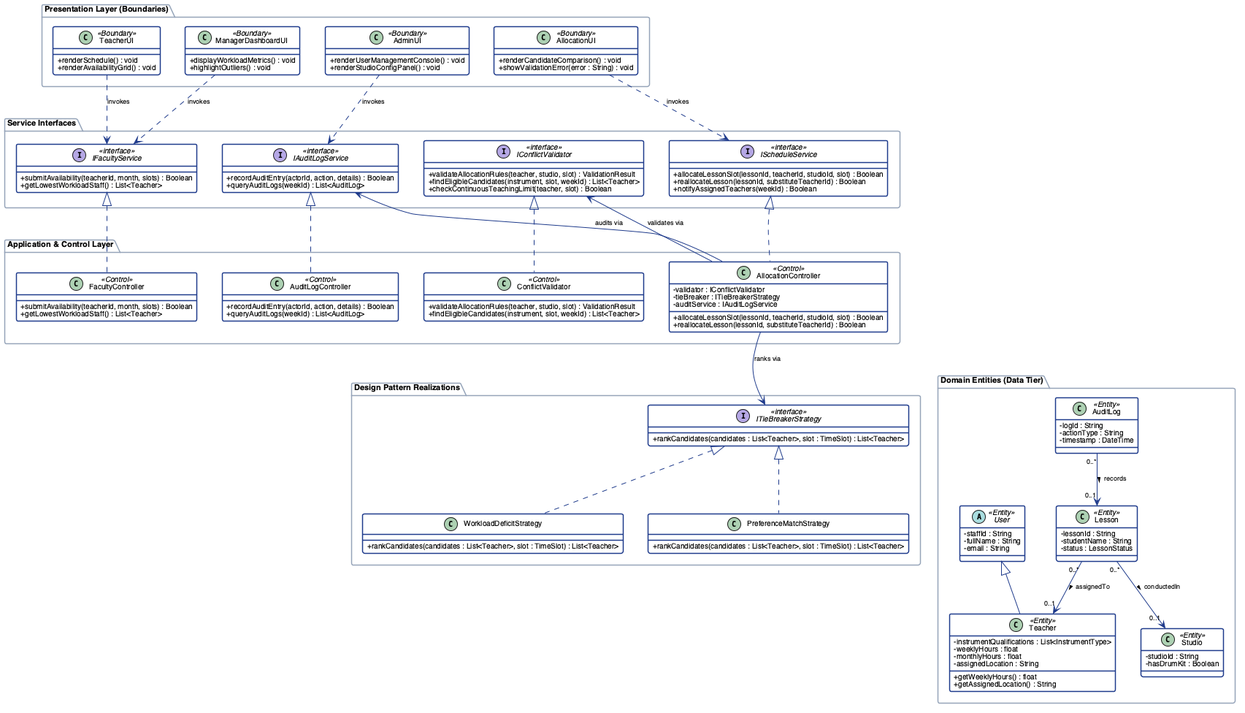
Earlier version of the PlantUML export report/assets/m2/final_class_diagram.png (adoreblvnk/2001temp).
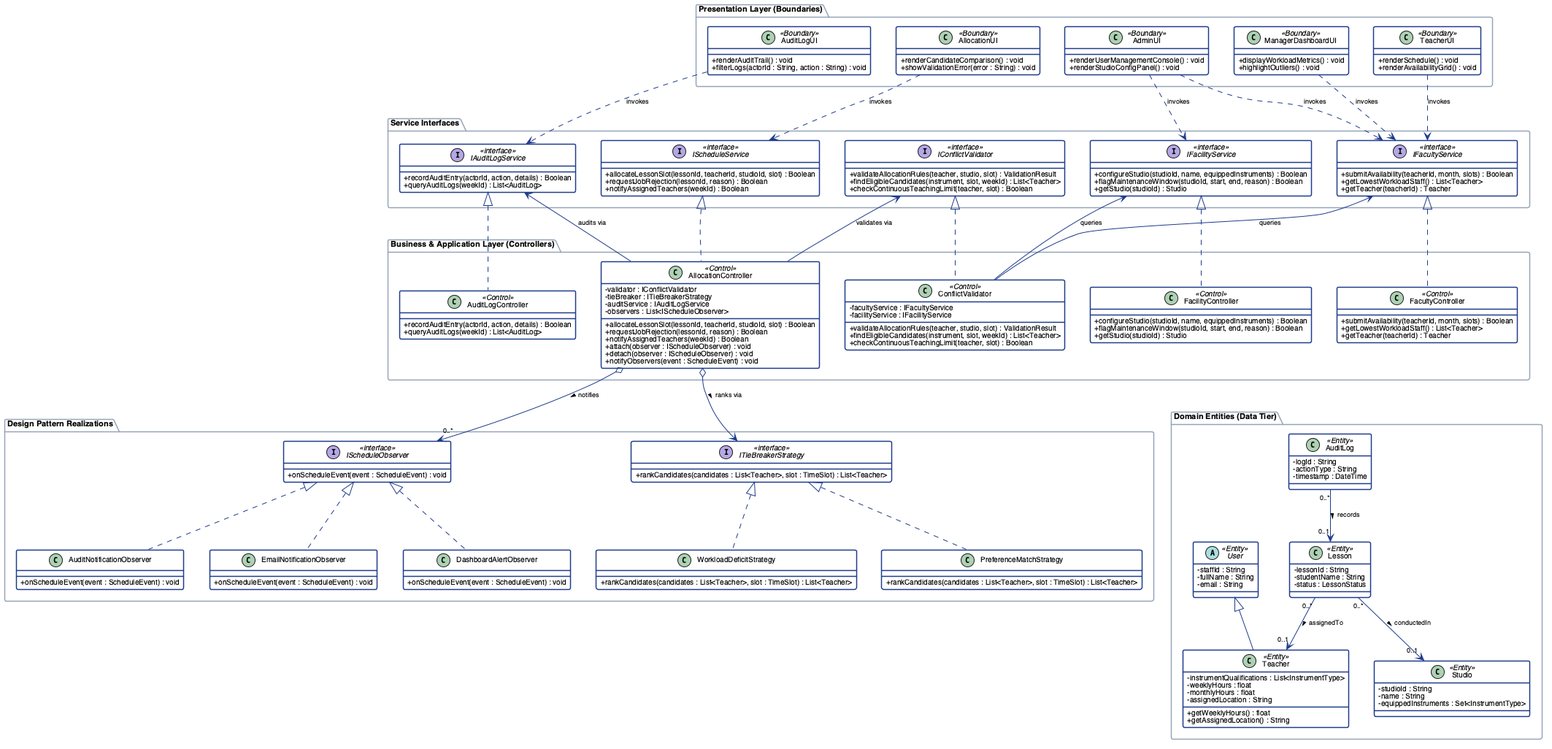
Above is the later version.

Change to the diagram source:
```diff
@@ -25,13 +25,13 @@
 }
 
 package "Presentation Layer (Boundaries)" {
+    class ManagerDashboardUI <<Boundary>> {
+        +displayWorkloadMetrics() : void
+        +highlightOutliers() : void
+    }
     class AllocationUI <<Boundary>> {
         +renderCandidateComparison() : void
         +showValidationError(error : String) : void
-    }
-    class ManagerDashboardUI <<Boundary>> {
-        +displayWorkloadMetrics() : void
-        +highlightOutliers() : void
     }
     class TeacherUI <<Boundary>> {
         +renderSchedule() : void
@@ -41,12 +41,16 @@
         +renderUserManagementConsole() : void
         +renderStudioConfigPanel() : void
     }
+    class AuditLogUI <<Boundary>> {
+        +renderAuditTrail() : void
+        +filterLogs(actorId : String, action : String) : void
+    }
 }
 
 package "Service Interfaces" {
     interface IScheduleService <<interface>> {
         +allocateLessonSlot(lessonId, teacherId, studioId, slot) : Boolean
-        +reallocateLesson(lessonId, substituteTeacherId) : Boolean
+        +requestJobRejection(lessonId, reason) : Boolean
         +notifyAssignedTeachers(weekId) : Boolean
     }
     interface IConflictValidator <<interface>> {
@@ -57,6 +61,12 @@
     interface IFacultyService <<interface>> {
         +submitAvailability(teacherId, month, slots) : Boolean
         +getLowestWorkloadStaff() : List<Teacher>
+        +getTeacher(teacherId) : Teacher
+    }
+    interface IFacilityService <<interface>> {
+        +configureStudio(studioId, name, equippedInstruments) : Boolean
+        +flagMaintenanceWindow(studioId, start, end, reason) : Boolean
+        +getStudio(studioId) : Studio
     }
     interface IAuditLogService <<interface>> {
         +recordAuditEntry(actorId, action, details) : Boolean
@@ -64,21 +74,35 @@
     }
 }
 
-package "Application & Control Layer" {
+package "Business & Application Layer (Controllers)" {
     class AllocationController <<Control>> {
         -validator : IConflictValidator
         -tieBreaker : ITieBreakerStrategy
         -auditService : IAuditLogService
+        -observers : List<IScheduleObserver>
         +allocateLessonSlot(lessonId, teacherId, studioId, slot) : Boolean
-        +reallocateLesson(lessonId, substituteTeacherId) : Boolean
+        +requestJobRejection(lessonId, reason) : Boolean
+        +notifyAssignedTeachers(weekId) : Boolean
+        +attach(observer : IScheduleObserver) : void
+        +detach(observer : IScheduleObserver) : void
+        +notifyObservers(event : ScheduleEvent) : void
     }
     class ConflictValidator <<Control>> {
+        -facultyService : IFacultyService
+        -facilityService : IFacilityService
         +validateAllocationRules(teacher, studio, slot) : ValidationResult
         +findEligibleCandidates(instrument, slot, weekId) : List<Teacher>
+        +checkContinuousTeachingLimit(teacher, slot) : Boolean
     }
     class FacultyController <<Control>> {
         +submitAvailability(teacherId, month, slots) : Boolean
         +getLowestWorkloadStaff() : List<Teacher>
+        +getTeacher(teacherId) : Teacher
+    }
+    class FacilityController <<Control>> {
+        +configureStudio(studioId, name, equippedInstruments) : Boolean
+        +flagMaintenanceWindow(studioId, start, end, reason) : Boolean
+        +getStudio(studioId) : Studio
     }
     class AuditLogController <<Control>> {
         +recordAuditEntry(actorId, action, details) : Boolean
@@ -95,6 +119,18 @@
     }
     class PreferenceMatchStrategy {
         +rankCandidates(candidates : List<Teacher>, slot : TimeSlot) : List<Teacher>
+    }
+    interface IScheduleObserver <<interface>> {
+        +onScheduleEvent(event : ScheduleEvent) : void
+    }
+    class EmailNotificationObserver {
+        +onScheduleEvent(event : ScheduleEvent) : void
+    }
+    class DashboardAlertObserver {
+        +onScheduleEvent(event : ScheduleEvent) : void
+    }
+    class AuditNotificationObserver {
+        +onScheduleEvent(event : ScheduleEvent) : void
     }
 }
 
@@ -119,7 +155,8 @@
     }
     class Studio <<Entity>> {
         - studioId : String
-        - hasDrumKit : Boolean
+        - name : String
+        - equippedInstruments : Set<InstrumentType>
     }
     class AuditLog <<Entity>> {
         - logId : String
@@ -131,18 +168,27 @@
 AllocationController .up.|> IScheduleService
 ConflictValidator .up.|> IConflictValidator
 FacultyController .up.|> IFacultyService
+FacilityController .up.|> IFacilityService
 AuditLogController .up.|> IAuditLogService
 WorkloadDeficitStrategy .up.|> ITieBreakerStrategy
 PreferenceMatchStrategy .up.|> ITieBreakerStrategy
+EmailNotificationObserver .up.|> IScheduleObserver
+DashboardAlertObserver .up.|> IScheduleObserver
+AuditNotificationObserver .up.|> IScheduleObserver
 
 AllocationUI ..> IScheduleService : invokes
 ManagerDashboardUI ..> IFacultyService : invokes
 TeacherUI ..> IFacultyService : invokes
-AdminUI ..> IAuditLogService : invokes
+AdminUI ..> IFacilityService : invokes
+AdminUI ..> IFacultyService : invokes
+AuditLogUI ..> IAuditLogService : invokes
 
 AllocationController --> IConflictValidator : validates via
-AllocationController --> ITieBreakerStrategy : ranks via
+AllocationController o--> ITieBreakerStrategy : ranks via >
+AllocationController o--> "0..*" IScheduleObserver : notifies >
 AllocationController --> IAuditLogService : audits via
+ConflictValidator --> IFacultyService : queries
+ConflictValidator --> IFacilityService : queries
 
 User <|-- Teacher
 Lesson "0..*" --> "0..1" Teacher : assignedTo >
```
